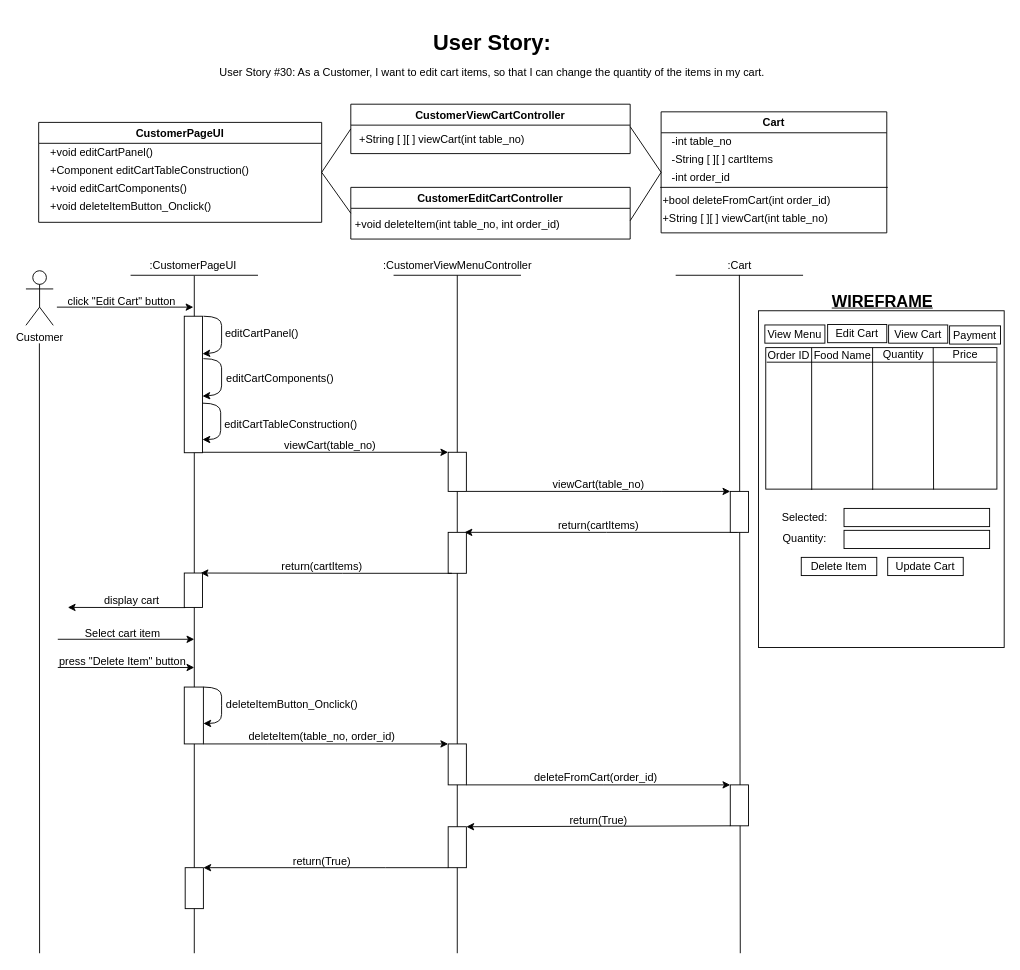
Earlier version of the draw.io diagram BCE_UML_and_Diagrams/Customer/Customer_DeleteCart(#33)/UserStory#33_Customer_DeleteCart.drawio (extred5700/JAVAGUI-Restaurant-Table-Order-System). Source tidied: cells renumbered, new cells numbered last; positions are measured from the earlier drawing's top-left corner, leaving out a move shared by most shapes. Both pictures are drawn from the tidied source at 91%, with x=0, y=0 at pixel (25, 25).
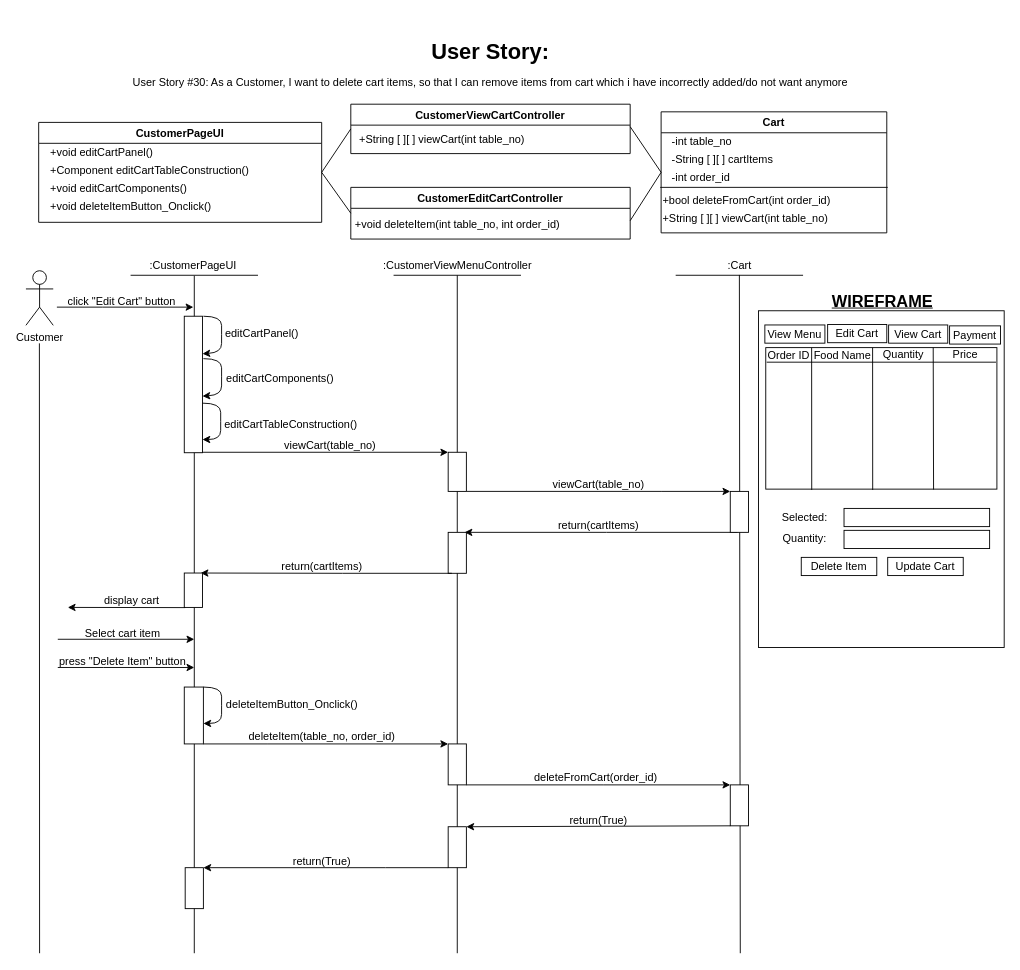
The same page after the edit.

The edit, as a diff of the source:
```diff
@@
-    <mxCell id="53" value="&lt;h1&gt;User Story:&lt;br&gt;&lt;font style=&quot;font-size: 12px ; font-weight: normal&quot;&gt;User Story #30: As a Customer, I want to edit cart items, so that I can change the quantity of the items in my cart.&lt;/font&gt;&lt;/h1&gt;" style="text;html=1;strokeColor=none;fillColor=none;spacing=5;spacingTop=-20;whiteSpace=wrap;overflow=hidden;rounded=0;align=center;" parent="1" vertex="1">
-      <mxGeometry x="205" width="615" height="75" as="geometry" />
+    <mxCell id="53" value="&lt;h1&gt;User Story:&lt;br&gt;&lt;font style=&quot;font-size: 12px ; font-weight: normal&quot;&gt;User Story #30: As a Customer, I want to delete cart items, so that I can remove items from cart which i have incorrectly added/do not want anymore&lt;/font&gt;&lt;/h1&gt;" style="text;html=1;strokeColor=none;fillColor=none;spacing=5;spacingTop=-20;whiteSpace=wrap;overflow=hidden;rounded=0;align=center;" parent="1" vertex="1">
+      <mxGeometry x="98" y="10" width="825" height="75" as="geometry" />
     </mxCell>
```
